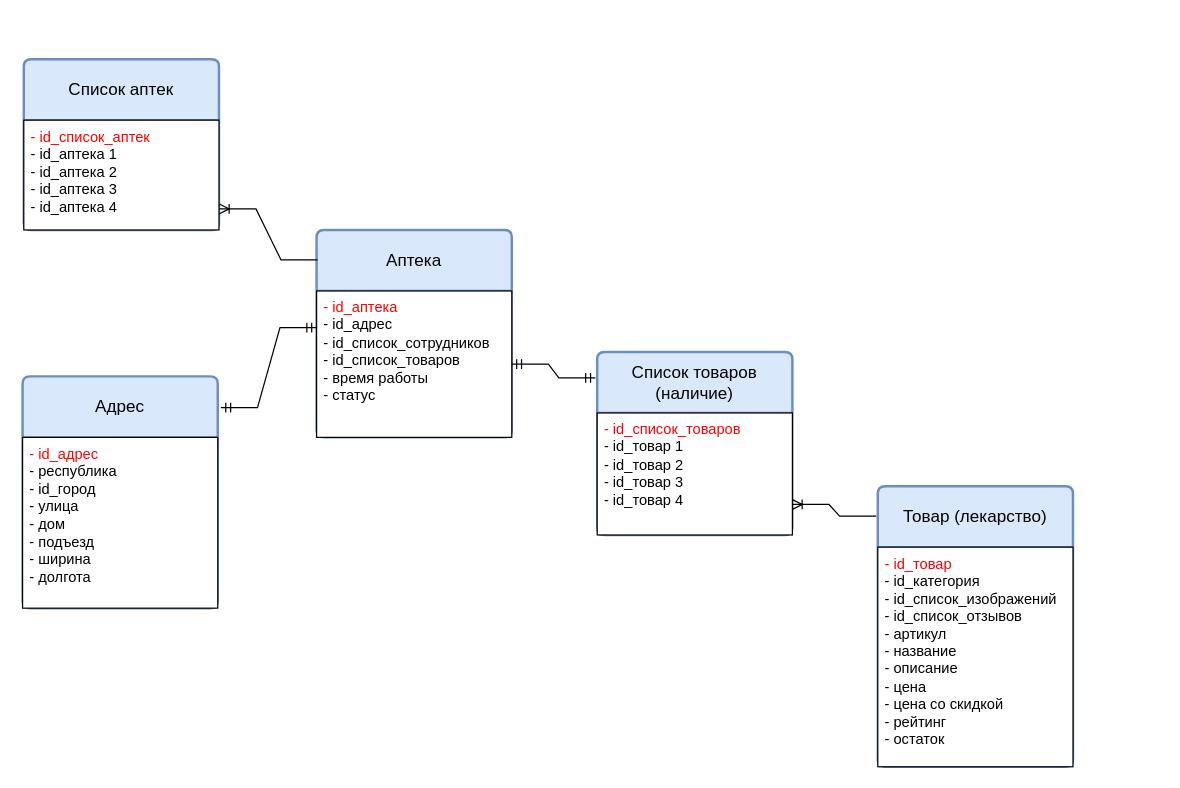
Above: LW_1/DB_LW_1-apteki.drawio in KREeDo5/data-bases (draw.io), before the change. Source tidied: cells renumbered, new cells numbered last; positions are measured from the earlier drawing's top-left corner, leaving out a move shared by most shapes. Both pictures are drawn from the tidied source at 122%, with x=0, y=0 at pixel (22, 59).
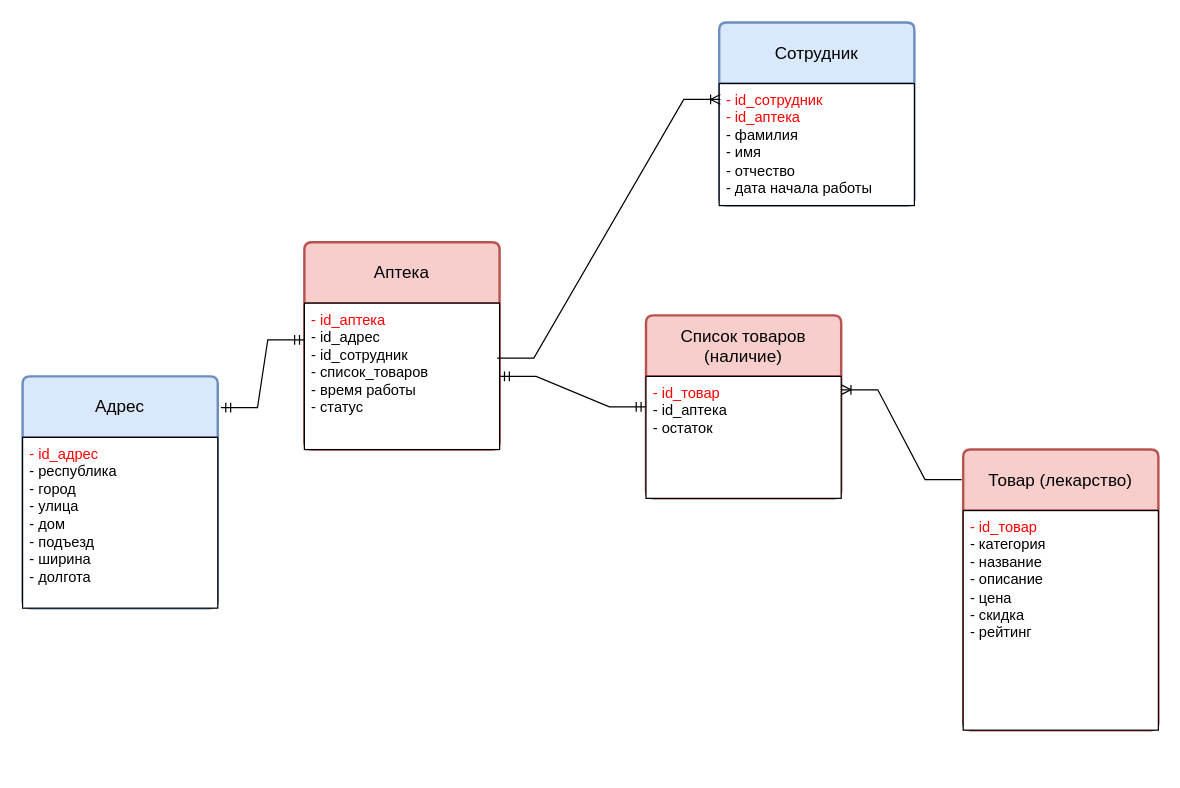
The same page after the edit.

Change to the diagram source:
```diff
@@
 <mxGraphModel>
   <root>
     <mxCell id="0" />
     <mxCell id="1" parent="0" />
-    <mxCell id="2" value="Список аптек" style="swimlane;horizontal=1;startSize=50;rounded=1;fontSize=14;fontStyle=0;strokeWidth=2;shadow=0;dashed=0;align=center;arcSize=4;whiteSpace=wrap;html=1;fillColor=#dae8fc;strokeColor=#6c8ebf;" parent="1" vertex="1">
-      <mxGeometry x="1" width="160" height="140" as="geometry" />
-    </mxCell>
-    <mxCell id="3" value="&lt;font color=&quot;#ff0000&quot;&gt;- id_список_аптек&lt;br&gt;&lt;/font&gt;- id_аптека 1&lt;br&gt;- id_аптека 2&lt;br&gt;- id_аптека 3&lt;br&gt;- id_аптека 4" style="align=left;spacingLeft=4;fontSize=12;verticalAlign=top;html=1;" parent="2" vertex="1">
-      <mxGeometry y="50" width="160" height="90" as="geometry" />
-    </mxCell>
-    <mxCell id="4" value="Аптека" style="swimlane;horizontal=1;startSize=50;rounded=1;fontSize=14;fontStyle=0;strokeWidth=2;shadow=0;dashed=0;align=center;arcSize=4;whiteSpace=wrap;html=1;fillColor=#dae8fc;strokeColor=#6c8ebf;" parent="1" vertex="1">
-      <mxGeometry x="241" y="140" width="160" height="170" as="geometry" />
+    <mxCell id="4" value="Аптека" style="swimlane;horizontal=1;startSize=50;rounded=1;fontSize=14;fontStyle=0;strokeWidth=2;shadow=0;dashed=0;align=center;arcSize=4;whiteSpace=wrap;html=1;fillColor=#f8cecc;strokeColor=#b85450;" parent="1" vertex="1">
+      <mxGeometry x="231" y="150" width="160" height="170" as="geometry" />
     </mxCell>
-    <mxCell id="5" value="&lt;font color=&quot;#ff0000&quot;&gt;- id_аптека&lt;br&gt;&lt;/font&gt;- id_адрес&lt;br style=&quot;border-color: var(--border-color);&quot;&gt;- id_список_сотрудников&lt;br&gt;- id_список_товаров&lt;br&gt;- время работы&amp;nbsp;&lt;br&gt;- статус" style="align=left;spacingLeft=4;fontSize=12;verticalAlign=top;html=1;" parent="4" vertex="1">
+    <mxCell id="5" value="&lt;font color=&quot;#ff0000&quot;&gt;- id_аптека&lt;br&gt;&lt;/font&gt;- id_адрес&lt;br style=&quot;border-color: var(--border-color);&quot;&gt;- id_сотрудник&lt;br&gt;- список_товаров&lt;br&gt;- время работы&amp;nbsp;&lt;br&gt;- статус" style="align=left;spacingLeft=4;fontSize=12;verticalAlign=top;html=1;" parent="4" vertex="1">
       <mxGeometry y="50" width="160" height="120" as="geometry" />
     </mxCell>
-    <mxCell id="6" value="Товар (лекарство)" style="swimlane;horizontal=1;startSize=50;rounded=1;fontSize=14;fontStyle=0;strokeWidth=2;shadow=0;dashed=0;align=center;arcSize=4;whiteSpace=wrap;html=1;fillColor=#dae8fc;strokeColor=#6c8ebf;" parent="1" vertex="1">
-      <mxGeometry x="701" y="350" width="160" height="230" as="geometry" />
+    <mxCell id="6" value="Товар (лекарство)" style="swimlane;horizontal=1;startSize=50;rounded=1;fontSize=14;fontStyle=0;strokeWidth=2;shadow=0;dashed=0;align=center;arcSize=4;whiteSpace=wrap;html=1;fillColor=#f8cecc;strokeColor=#b85450;" parent="1" vertex="1">
+      <mxGeometry x="771" y="320" width="160" height="230" as="geometry" />
     </mxCell>
-    <mxCell id="7" value="&lt;font color=&quot;#ff0000&quot;&gt;- id_товар&lt;br&gt;&lt;/font&gt;- id_категория&lt;br&gt;- id_список_изображений&lt;br&gt;- id_список_отзывов&lt;br&gt;- артикул&lt;br&gt;- название&lt;br&gt;- описание&lt;br&gt;- цена&lt;br&gt;- цена со скидкой&lt;br&gt;- рейтинг&lt;br&gt;- остаток" style="align=left;spacingLeft=4;fontSize=12;verticalAlign=top;html=1;" parent="6" vertex="1">
+    <mxCell id="7" value="&lt;font color=&quot;#ff0000&quot;&gt;- id_товар&lt;br&gt;&lt;/font&gt;- категория&lt;br&gt;- название&lt;br&gt;- описание&lt;br&gt;- цена&lt;br&gt;- скидка&lt;br&gt;- рейтинг" style="align=left;spacingLeft=4;fontSize=12;verticalAlign=top;html=1;" parent="6" vertex="1">
       <mxGeometry y="50" width="160" height="180" as="geometry" />
     </mxCell>
-    <mxCell id="8" value="Список товаров (наличие)" style="swimlane;horizontal=1;startSize=50;rounded=1;fontSize=14;fontStyle=0;strokeWidth=2;shadow=0;dashed=0;align=center;arcSize=4;whiteSpace=wrap;html=1;fillColor=#dae8fc;strokeColor=#6c8ebf;" parent="1" vertex="1">
-      <mxGeometry x="471" y="240" width="160" height="150" as="geometry" />
+    <mxCell id="8" value="Список товаров (наличие)" style="swimlane;horizontal=1;startSize=50;rounded=1;fontSize=14;fontStyle=0;strokeWidth=2;shadow=0;dashed=0;align=center;arcSize=4;whiteSpace=wrap;html=1;fillColor=#f8cecc;strokeColor=#b85450;" parent="1" vertex="1">
+      <mxGeometry x="511" y="210" width="160" height="150" as="geometry" />
     </mxCell>
-    <mxCell id="9" value="&lt;font color=&quot;#ff0000&quot;&gt;- id_список_товаров&lt;br&gt;&lt;/font&gt;- id_товар 1&lt;br style=&quot;border-color: var(--border-color); color: rgb(255, 0, 0);&quot;&gt;- id_товар 2&lt;br&gt;- id_товар 3&lt;br&gt;- id_товар 4" style="align=left;spacingLeft=4;fontSize=12;verticalAlign=top;html=1;" parent="8" vertex="1">
+    <mxCell id="9" value="&lt;font color=&quot;#ff0000&quot;&gt;- id_товар&lt;br&gt;&lt;/font&gt;- id_аптека&lt;br&gt;- остаток" style="align=left;spacingLeft=4;fontSize=12;verticalAlign=top;html=1;" parent="8" vertex="1">
       <mxGeometry y="50" width="160" height="100" as="geometry" />
     </mxCell>
-    <mxCell id="10" style="edgeStyle=entityRelationEdgeStyle;fontSize=12;html=1;endArrow=ERmandOne;startArrow=ERmandOne;rounded=0;exitX=1;exitY=0.5;exitDx=0;exitDy=0;entryX=-0.009;entryY=0.142;entryDx=0;entryDy=0;entryPerimeter=0;" parent="1" edge="1" source="5" target="8">
+    <mxCell id="10" style="edgeStyle=entityRelationEdgeStyle;fontSize=12;html=1;endArrow=ERmandOne;startArrow=ERmandOne;rounded=0;exitX=1;exitY=0.5;exitDx=0;exitDy=0;entryX=0;entryY=0.5;entryDx=0;entryDy=0;" parent="1" edge="1" source="5" target="8">
       <mxGeometry relative="1" as="geometry" />
     </mxCell>
     <mxCell id="11" value="Адрес" style="swimlane;horizontal=1;startSize=50;rounded=1;fontSize=14;fontStyle=0;strokeWidth=2;shadow=0;dashed=0;align=center;arcSize=4;whiteSpace=wrap;html=1;fillColor=#dae8fc;strokeColor=#6c8ebf;" parent="1" vertex="1">
       <mxGeometry y="260" width="160" height="190" as="geometry" />
     </mxCell>
-    <mxCell id="12" value="&lt;font color=&quot;#ff0000&quot;&gt;- id_адрес&lt;br&gt;&lt;/font&gt;- республика&lt;br&gt;- id_город&lt;br&gt;- улица&lt;br&gt;- дом&lt;br&gt;- подъезд&lt;br&gt;- ширина&lt;br&gt;- долгота" style="align=left;spacingLeft=4;fontSize=12;verticalAlign=top;html=1;" parent="11" vertex="1">
+    <mxCell id="12" value="&lt;font color=&quot;#ff0000&quot;&gt;- id_адрес&lt;br&gt;&lt;/font&gt;- республика&lt;br&gt;- город&lt;br&gt;- улица&lt;br&gt;- дом&lt;br&gt;- подъезд&lt;br&gt;- ширина&lt;br&gt;- долгота" style="align=left;spacingLeft=4;fontSize=12;verticalAlign=top;html=1;" parent="11" vertex="1">
       <mxGeometry y="50" width="160" height="140" as="geometry" />
     </mxCell>
     <mxCell id="13" style="edgeStyle=entityRelationEdgeStyle;fontSize=12;html=1;endArrow=ERmandOne;startArrow=ERmandOne;rounded=0;exitX=0;exitY=0.25;exitDx=0;exitDy=0;entryX=1.016;entryY=0.135;entryDx=0;entryDy=0;entryPerimeter=0;" parent="1" edge="1" source="5" target="11">
       <mxGeometry relative="1" as="geometry" />
     </mxCell>
-    <mxCell id="14" style="edgeStyle=entityRelationEdgeStyle;fontSize=12;html=1;endArrow=ERoneToMany;rounded=0;exitX=0.005;exitY=0.144;exitDx=0;exitDy=0;exitPerimeter=0;entryX=1.002;entryY=0.808;entryDx=0;entryDy=0;entryPerimeter=0;" parent="1" edge="1" source="4" target="3">
-      <mxGeometry relative="1" as="geometry" />
-    </mxCell>
-    <mxCell id="15" style="edgeStyle=entityRelationEdgeStyle;fontSize=12;html=1;endArrow=ERoneToMany;rounded=0;exitX=-0.008;exitY=0.107;exitDx=0;exitDy=0;exitPerimeter=0;entryX=1;entryY=0.75;entryDx=0;entryDy=0;" parent="1" edge="1" source="6" target="9">
+    <mxCell id="15" style="edgeStyle=entityRelationEdgeStyle;fontSize=12;html=1;endArrow=ERoneToMany;rounded=0;exitX=-0.008;exitY=0.107;exitDx=0;exitDy=0;exitPerimeter=0;entryX=1;entryY=0.11;entryDx=0;entryDy=0;entryPerimeter=0;" parent="1" edge="1" source="6" target="9">
       <mxGeometry relative="1" as="geometry" />
     </mxCell>
+    <mxCell id="16" value="Сотрудник" style="swimlane;horizontal=1;startSize=50;rounded=1;fontSize=14;fontStyle=0;strokeWidth=2;shadow=0;dashed=0;align=center;arcSize=4;whiteSpace=wrap;html=1;fillColor=#dae8fc;strokeColor=#6c8ebf;" parent="1" vertex="1">
+      <mxGeometry x="571" y="-30" width="160" height="150" as="geometry" />
+    </mxCell>
+    <mxCell id="17" value="&lt;font color=&quot;#ff0000&quot;&gt;- id_сотрудник&lt;br&gt;- id_аптека&lt;br&gt;&lt;/font&gt;- фамилия&lt;br&gt;- имя&lt;br&gt;- отчество&lt;br&gt;- дата начала работы" style="align=left;spacingLeft=4;fontSize=12;verticalAlign=top;html=1;" parent="16" vertex="1">
+      <mxGeometry y="50" width="160" height="100" as="geometry" />
+    </mxCell>
+    <mxCell id="18" style="edgeStyle=entityRelationEdgeStyle;fontSize=12;html=1;endArrow=ERoneToMany;rounded=0;exitX=0.988;exitY=0.375;exitDx=0;exitDy=0;exitPerimeter=0;entryX=0.006;entryY=0.13;entryDx=0;entryDy=0;entryPerimeter=0;" parent="1" edge="1" source="5" target="17">
+      <mxGeometry relative="1" as="geometry" />
+    </mxCell>
   </root>
 </mxGraphModel>
```
